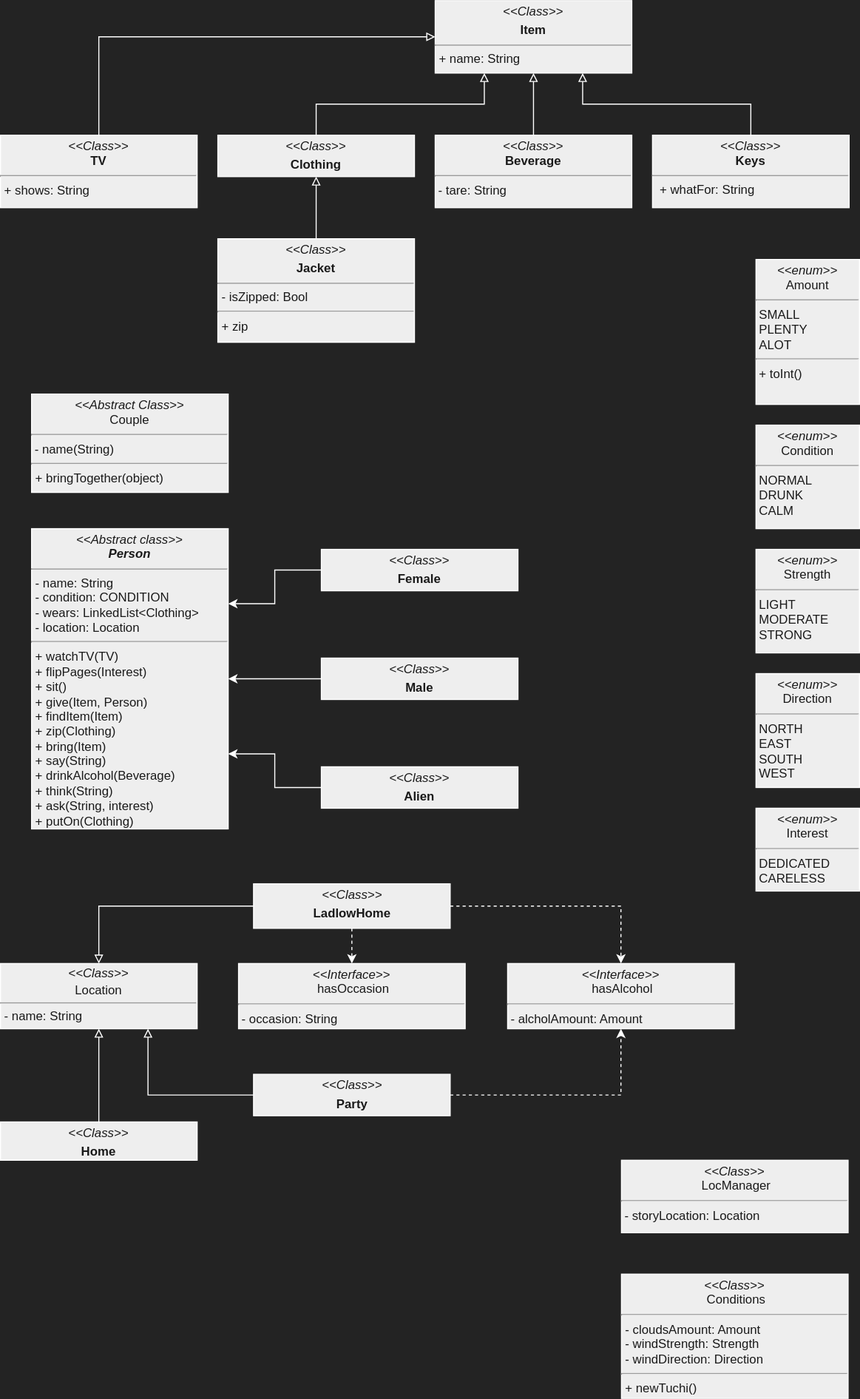
Sat1l/laba4 keeps this draw.io diagram as UML/UML.drawio.svg. Above is the earlier version. Source tidied: cells renumbered, new cells last; positions are measured from the earlier drawing's top-left corner, leaving out a move shared by most shapes.
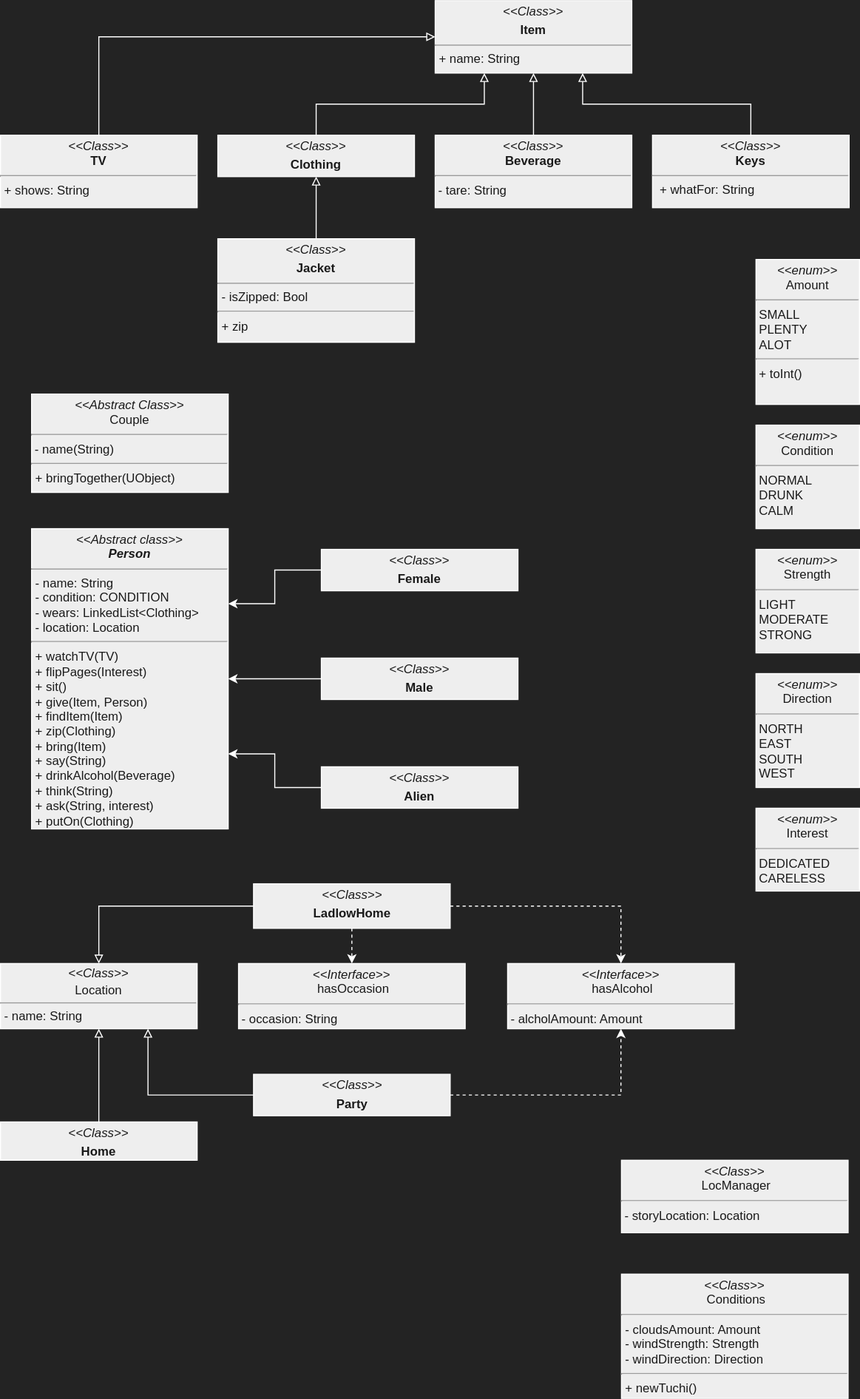
After the commit.

Diff of the diagram source:
```diff
@@ -35,7 +35,7 @@
     <mxCell id="12" value="&lt;p style=&quot;margin:0px;margin-top:4px;text-align:center;&quot;&gt;&lt;i&gt;&amp;lt;&amp;lt;Class&lt;/i&gt;&lt;i&gt;&amp;gt;&amp;gt;&lt;/i&gt;&lt;/p&gt;&lt;p style=&quot;margin:0px;margin-top:4px;text-align:center;&quot;&gt;&lt;b&gt;Home&lt;/b&gt;&lt;/p&gt;" style="verticalAlign=top;align=left;overflow=fill;fontSize=12;fontFamily=Helvetica;html=1;whiteSpace=wrap;labelBackgroundColor=none;fillColor=#EEEEEE;strokeColor=#FFFFFF;fontColor=#1A1A1A;" parent="1" vertex="1">
       <mxGeometry y="1083" width="190" height="37" as="geometry" />
     </mxCell>
-    <mxCell id="13" value="&lt;p style=&quot;margin:0px;margin-top:4px;text-align:center;&quot;&gt;&lt;i&gt;&amp;lt;&amp;lt;Abstract Class&amp;gt;&amp;gt;&lt;/i&gt;&lt;br&gt;Couple&lt;/p&gt;&lt;hr&gt;&amp;nbsp;- name(String)&lt;br&gt;&lt;hr&gt;&lt;p style=&quot;margin:0px;margin-left:4px;&quot;&gt;+ bringTogether(object)&lt;/p&gt;" style="verticalAlign=top;align=left;overflow=fill;fontSize=12;fontFamily=Helvetica;html=1;whiteSpace=wrap;labelBackgroundColor=none;fillColor=#EEEEEE;strokeColor=#FFFFFF;fontColor=#1A1A1A;" parent="1" vertex="1">
+    <mxCell id="13" value="&lt;p style=&quot;margin:0px;margin-top:4px;text-align:center;&quot;&gt;&lt;i&gt;&amp;lt;&amp;lt;Abstract Class&amp;gt;&amp;gt;&lt;/i&gt;&lt;br&gt;Couple&lt;/p&gt;&lt;hr&gt;&amp;nbsp;- name(String)&lt;br&gt;&lt;hr&gt;&lt;p style=&quot;margin:0px;margin-left:4px;&quot;&gt;+ bringTogether(UObject)&lt;/p&gt;" style="verticalAlign=top;align=left;overflow=fill;fontSize=12;fontFamily=Helvetica;html=1;whiteSpace=wrap;labelBackgroundColor=none;fillColor=#EEEEEE;strokeColor=#FFFFFF;fontColor=#1A1A1A;" parent="1" vertex="1">
       <mxGeometry x="30" y="380" width="190" height="95" as="geometry" />
     </mxCell>
     <mxCell id="14" style="edgeStyle=orthogonalEdgeStyle;rounded=0;jettySize=auto;html=1;exitX=0.5;exitY=0;exitDx=0;exitDy=0;entryX=0;entryY=0.5;entryDx=0;entryDy=0;endArrow=block;endFill=0;labelBackgroundColor=none;strokeColor=#FFFFFF;fontColor=default;" parent="1" edge="1" source="15" target="3">
```
